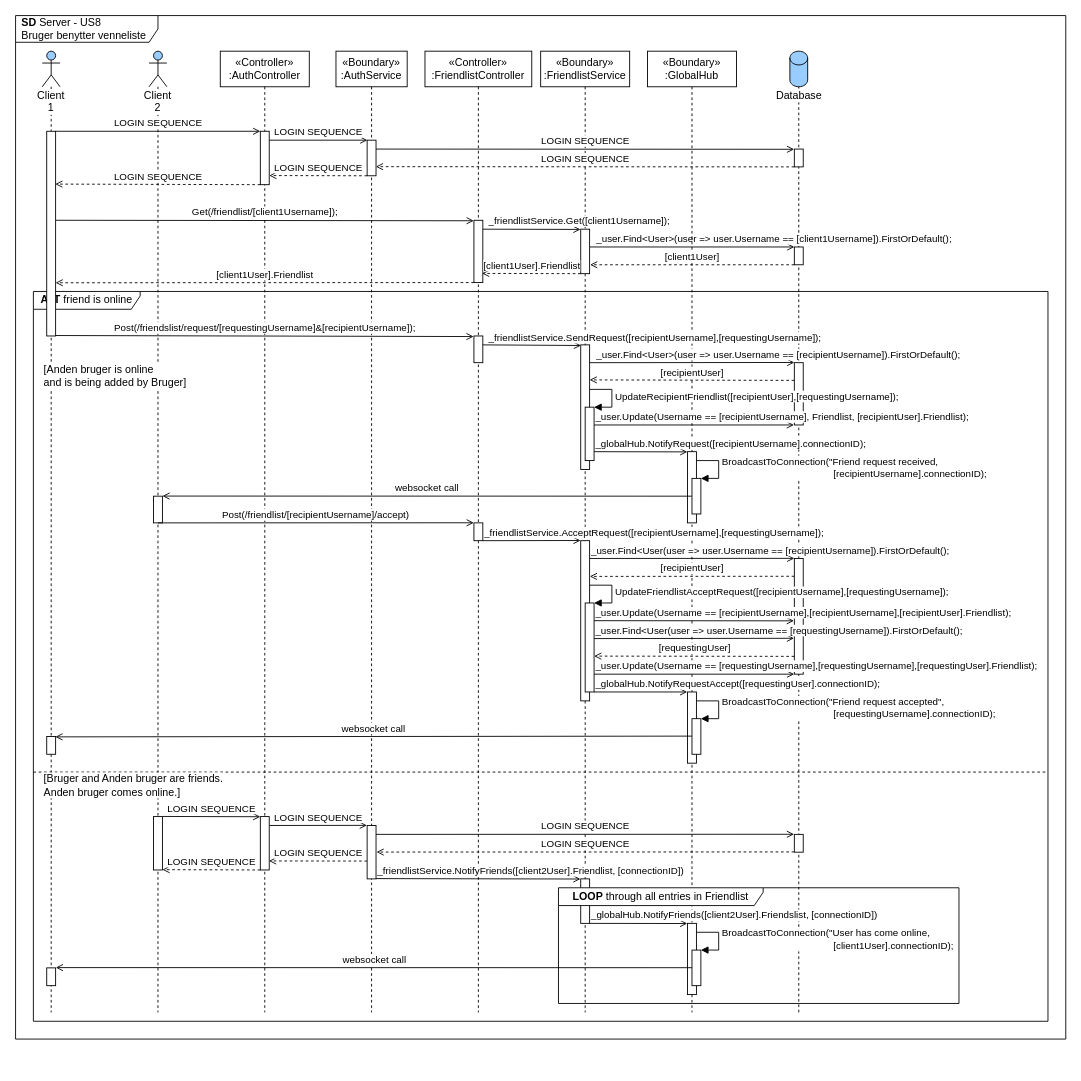
The draw.io diagram page "SD-Server" (2 of 3) of diagrams/arkitektur/US8_friendslist.drawio in Macradon/I7BAC-PlugNPlay, before the edit. Source tidied: cells renumbered, new cells numbered last; positions are measured from the earlier drawing's top-left corner, leaving out a move shared by most shapes. Both pictures are drawn from the tidied source at 89%, with x=0, y=0 at pixel (15, 15).
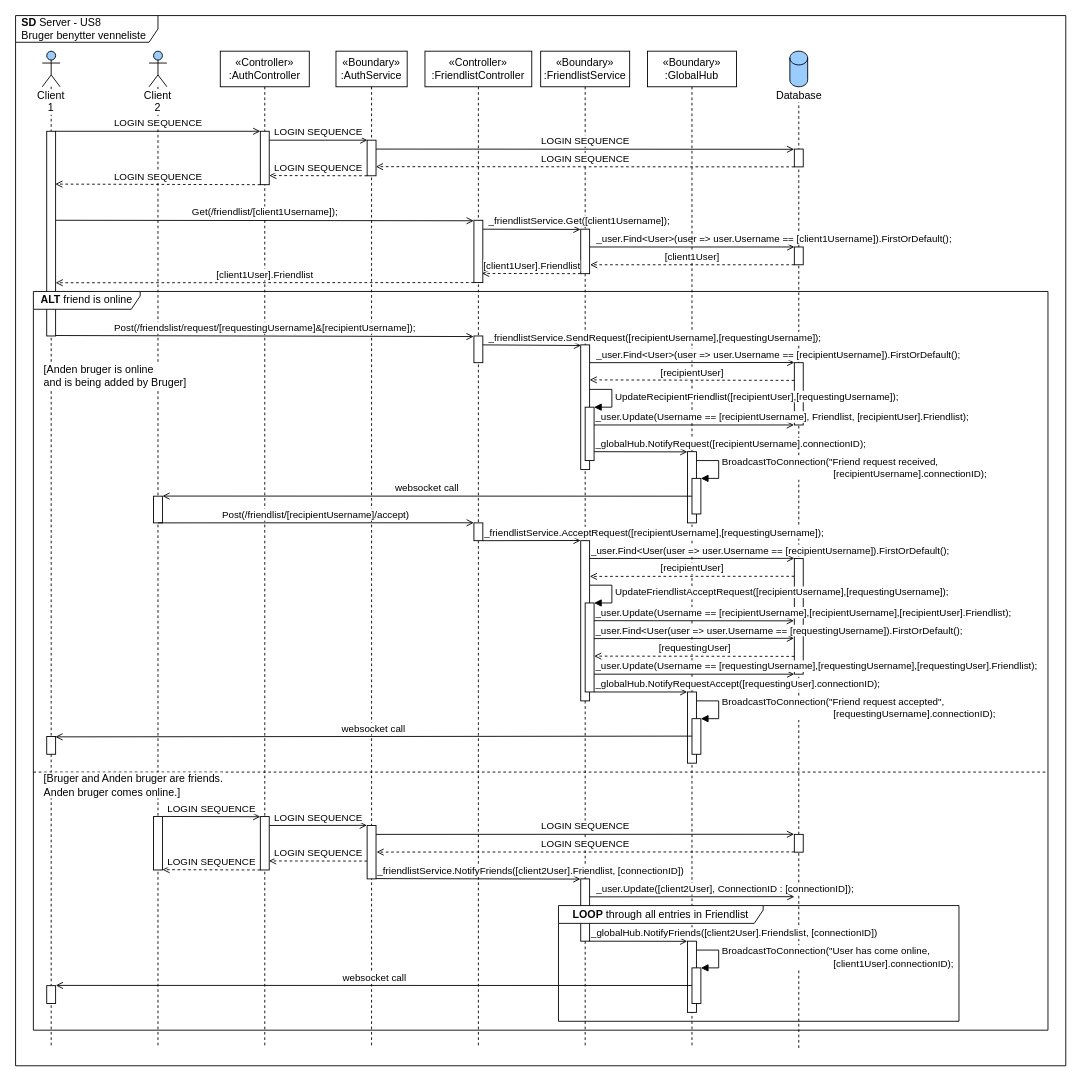
The same page after the edit.

The edit, as a diff of the source:
```diff
@@
-    <mxCell id="2" value="&lt;b&gt;ALT&lt;/b&gt;&amp;nbsp;friend is online" style="shape=umlFrame;whiteSpace=wrap;html=1;align=center;width=120;height=20;" parent="1" vertex="1">
-      <mxGeometry x="20" y="310" width="1140" height="820" as="geometry" />
-    </mxCell>
     <mxCell id="3" value="&lt;b style=&quot;font-size: 12px&quot;&gt;SD&lt;/b&gt;&lt;span style=&quot;font-size: 12px&quot;&gt;&amp;nbsp;Server - US8&lt;/span&gt;&lt;br style=&quot;font-size: 12px&quot;&gt;&lt;span style=&quot;font-size: 12px&quot;&gt;Bruger benytter venneliste&lt;/span&gt;" style="shape=umlFrame;whiteSpace=wrap;html=1;width=160;height=30;boundedLbl=1;verticalAlign=middle;align=left;spacingLeft=5;fontSize=10;" parent="1" vertex="1">
-      <mxGeometry width="1180" height="1150" as="geometry" />
+      <mxGeometry width="1180" height="1180" as="geometry" />
     </mxCell>
     <mxCell id="4" value="Client 1" style="shape=umlLifeline;participant=umlActor;perimeter=lifelinePerimeter;whiteSpace=wrap;html=1;verticalAlign=top;spacingTop=36;labelBackgroundColor=#ffffff;fillColor=#99CCFF;align=center;" parent="1" vertex="1">
-      <mxGeometry x="30" y="40" width="20" height="1080" as="geometry" />
+      <mxGeometry x="30" y="40" width="20" height="1120" as="geometry" />
     </mxCell>
     <mxCell id="5" value="«Controller»&lt;br&gt;:FriendlistController" style="shape=umlLifeline;perimeter=lifelinePerimeter;whiteSpace=wrap;html=1;labelBackgroundColor=#ffffff;" parent="1" vertex="1">
-      <mxGeometry x="460" y="40" width="120" height="1080" as="geometry" />
+      <mxGeometry x="460" y="40" width="120" height="1120" as="geometry" />
     </mxCell>
@@
     <mxCell id="7" style="endArrow=none;dashed=1;html=1;" parent="1" edge="1">
       <mxGeometry relative="1" as="geometry">
-        <mxPoint x="880" y="1120" as="sourcePoint" />
+        <mxPoint x="880" y="1160" as="sourcePoint" />
         <mxPoint x="880" y="80" as="targetPoint" />
       </mxGeometry>
     </mxCell>
@@
     <mxCell id="9" value="Client 2" style="shape=umlLifeline;participant=umlActor;perimeter=lifelinePerimeter;whiteSpace=wrap;html=1;verticalAlign=top;spacingTop=36;labelBackgroundColor=#ffffff;fillColor=#99CCFF;align=center;" parent="1" vertex="1">
-      <mxGeometry x="150" y="40" width="20" height="1080" as="geometry" />
+      <mxGeometry x="150" y="40" width="20" height="1120" as="geometry" />
     </mxCell>
     <mxCell id="10" value="«Boundary»&lt;br&gt;:FriendlistService" style="shape=umlLifeline;perimeter=lifelinePerimeter;whiteSpace=wrap;html=1;labelBackgroundColor=#ffffff;" parent="1" vertex="1">
-      <mxGeometry x="590" y="40" width="100" height="1080" as="geometry" />
+      <mxGeometry x="590" y="40" width="100" height="1120" as="geometry" />
     </mxCell>
     <mxCell id="11" value="«Controller»&lt;br&gt;:AuthController" style="shape=umlLifeline;perimeter=lifelinePerimeter;whiteSpace=wrap;html=1;labelBackgroundColor=#ffffff;" parent="1" vertex="1">
-      <mxGeometry x="230" y="40" width="100" height="1080" as="geometry" />
+      <mxGeometry x="230" y="40" width="100" height="1120" as="geometry" />
     </mxCell>
     <mxCell id="12" value="«Boundary»&lt;br&gt;:AuthService" style="shape=umlLifeline;perimeter=lifelinePerimeter;whiteSpace=wrap;html=1;labelBackgroundColor=#ffffff;" parent="1" vertex="1">
-      <mxGeometry x="360" y="40" width="80" height="1080" as="geometry" />
+      <mxGeometry x="360" y="40" width="80" height="1120" as="geometry" />
     </mxCell>
@@
     <mxCell id="25" value="«Boundary»&lt;br&gt;:GlobalHub" style="shape=umlLifeline;perimeter=lifelinePerimeter;whiteSpace=wrap;html=1;labelBackgroundColor=#ffffff;" parent="1" vertex="1">
-      <mxGeometry x="710" y="40" width="100" height="1080" as="geometry" />
+      <mxGeometry x="710" y="40" width="100" height="1120" as="geometry" />
     </mxCell>
@@
     <mxCell id="37" value="BroadcastToConnection(&quot;User has come online,&lt;br&gt;&amp;nbsp; &amp;nbsp; &amp;nbsp; &amp;nbsp; &amp;nbsp; &amp;nbsp; &amp;nbsp; &amp;nbsp; &amp;nbsp; &amp;nbsp; &amp;nbsp; &amp;nbsp; &amp;nbsp; &amp;nbsp; &amp;nbsp; &amp;nbsp; &amp;nbsp; &amp;nbsp; &amp;nbsp; &amp;nbsp; &amp;nbsp;[client1User].connectionID);" style="edgeStyle=orthogonalEdgeStyle;html=1;align=left;spacingLeft=2;endArrow=block;rounded=0;entryX=1;entryY=0;" parent="1" edge="1" target="83">
       <mxGeometry relative="1" as="geometry">
-        <mxPoint x="765" y="1030" as="sourcePoint" />
+        <mxPoint x="765" y="1050" as="sourcePoint" />
         <Array as="points">
-          <mxPoint x="790" y="1030" />
+          <mxPoint x="790" y="1050" />
         </Array>
       </mxGeometry>
     </mxCell>
@@
     <mxCell id="42" style="html=1;points=[];perimeter=orthogonalPerimeter;labelBackgroundColor=#ffffff;align=center;" parent="1" vertex="1">
-      <mxGeometry x="35" y="1070" width="10" height="20" as="geometry" />
+      <mxGeometry x="35" y="1090" width="10" height="20" as="geometry" />
     </mxCell>
@@
     <mxCell id="45" style="html=1;points=[];perimeter=orthogonalPerimeter;labelBackgroundColor=#ffffff;align=center;" parent="1" vertex="1">
-      <mxGeometry x="635" y="970" width="10" height="50" as="geometry" />
+      <mxGeometry x="635" y="970" width="10" height="70" as="geometry" />
     </mxCell>
     <mxCell id="46" style="html=1;points=[];perimeter=orthogonalPerimeter;labelBackgroundColor=#ffffff;align=center;" parent="1" vertex="1">
-      <mxGeometry x="755" y="1020" width="10" height="80" as="geometry" />
+      <mxGeometry x="755" y="1040" width="10" height="80" as="geometry" />
     </mxCell>
@@
     <mxCell id="83" style="html=1;points=[];perimeter=orthogonalPerimeter;labelBackgroundColor=#ffffff;align=center;" parent="1" vertex="1">
-      <mxGeometry x="760" y="1050" width="10" height="40" as="geometry" />
+      <mxGeometry x="760" y="1070" width="10" height="40" as="geometry" />
     </mxCell>
     <mxCell id="84" value="websocket call" style="html=1;verticalAlign=bottom;endArrow=open;endFill=0;entryX=1.019;entryY=-0.015;entryDx=0;entryDy=0;entryPerimeter=0;" parent="1" edge="1" target="42">
       <mxGeometry relative="1" as="geometry">
-        <mxPoint x="760" y="1069.8" as="sourcePoint" />
+        <mxPoint x="760" y="1089.8" as="sourcePoint" />
       </mxGeometry>
     </mxCell>
     <mxCell id="85" value="_globalHub.NotifyFriends([client2User].Friendslist, [connectionID])" style="html=1;verticalAlign=bottom;endArrow=open;endFill=0;entryX=-0.028;entryY=0.002;entryDx=0;entryDy=0;entryPerimeter=0;align=left;" parent="1" edge="1" target="46">
       <mxGeometry x="-1" relative="1" as="geometry">
-        <mxPoint x="645" y="1020" as="sourcePoint" />
+        <mxPoint x="645" y="1040" as="sourcePoint" />
       </mxGeometry>
     </mxCell>
@@
     <mxCell id="87" value="&lt;b&gt;LOOP&lt;/b&gt;&amp;nbsp;through all entries in Friendlist" style="shape=umlFrame;whiteSpace=wrap;html=1;labelBackgroundColor=#ffffff;align=center;width=230;height=20;" parent="1" vertex="1">
-      <mxGeometry x="610" y="980" width="450" height="130" as="geometry" />
+      <mxGeometry x="610" y="1000" width="450" height="130" as="geometry" />
     </mxCell>
@@
+    <mxCell id="90" value="_user.Update([client2User], ConnectionID : [connectionID]);" style="html=1;verticalAlign=bottom;endArrow=open;endFill=0;align=left;entryX=0.005;entryY=-0.003;entryDx=0;entryDy=0;entryPerimeter=0;" parent="1" edge="1">
+      <mxGeometry x="-0.95" relative="1" as="geometry">
+        <mxPoint x="645" y="990.2" as="sourcePoint" />
+        <mxPoint x="875.1" y="990" as="targetPoint" />
+      </mxGeometry>
+    </mxCell>
+    <mxCell id="2" value="&lt;b&gt;ALT&lt;/b&gt;&amp;nbsp;friend is online" style="shape=umlFrame;whiteSpace=wrap;html=1;align=center;width=120;height=20;" parent="1" vertex="1">
+      <mxGeometry x="20" y="310" width="1140" height="830" as="geometry" />
+    </mxCell>
```
